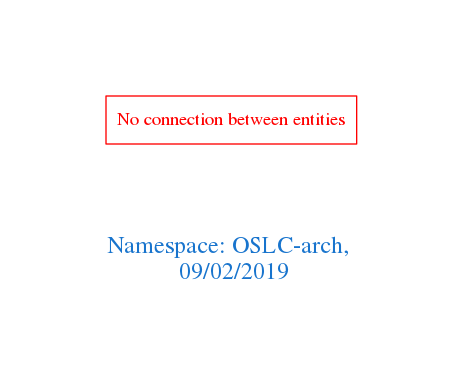
Earlier version of the Graphviz export downloads/OSLC-arch.png (arago/OGIT). Its source is kept beside it as downloads/OSLC-arch.dot.
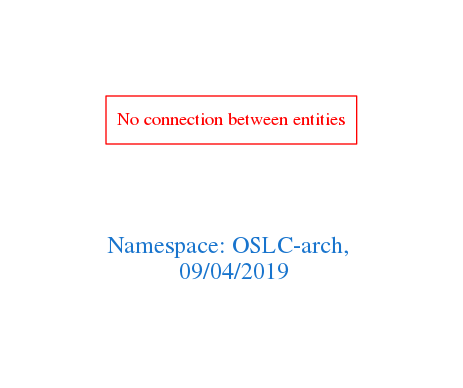
After the change.

Change to the diagram source:
```diff
@@ -1,7 +1,7 @@
 digraph OGIT_ontology {
  graph [ rankdir= LR,pad=1
 fontsize = 18,
-fontcolor= dodgerblue3,label = "\n\n\nNamespace: OSLC-arch, \n 09/02/2019"];
+fontcolor= dodgerblue3,label = "\n\n\nNamespace: OSLC-arch, \n 09/04/2019"];
 node[shape=polygon];
 edge [  color="gray81"];
 
```
